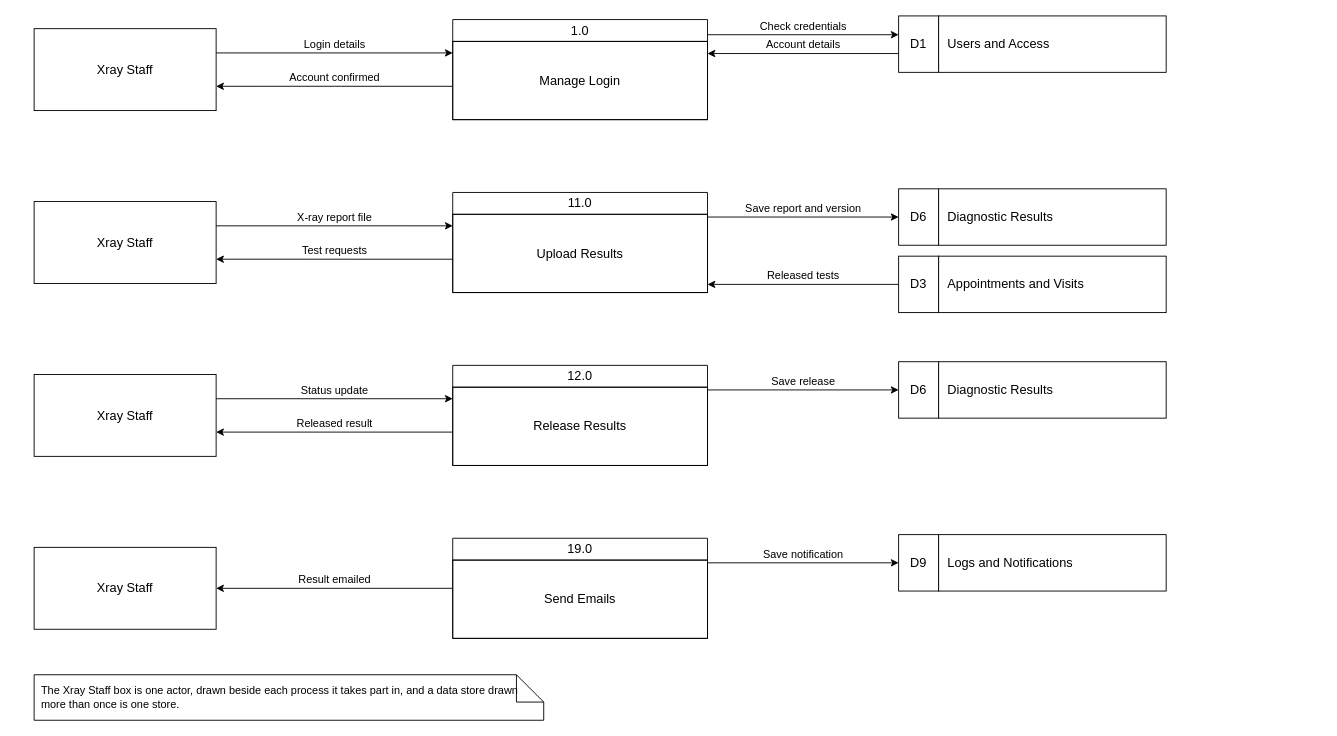
Above: page "Xray Staff" (7 of 8) of docs/diagrams/dfd-level1.drawio in steven23lz/Enlogada-Clinic-Management-System (draw.io), before the change. Source tidied: cells renumbered, new cells numbered last; positions are measured from the earlier drawing's top-left corner, leaving out a move shared by most shapes. Both pictures are drawn from the tidied source at 91%, with x=0, y=0 at pixel (34, 15).
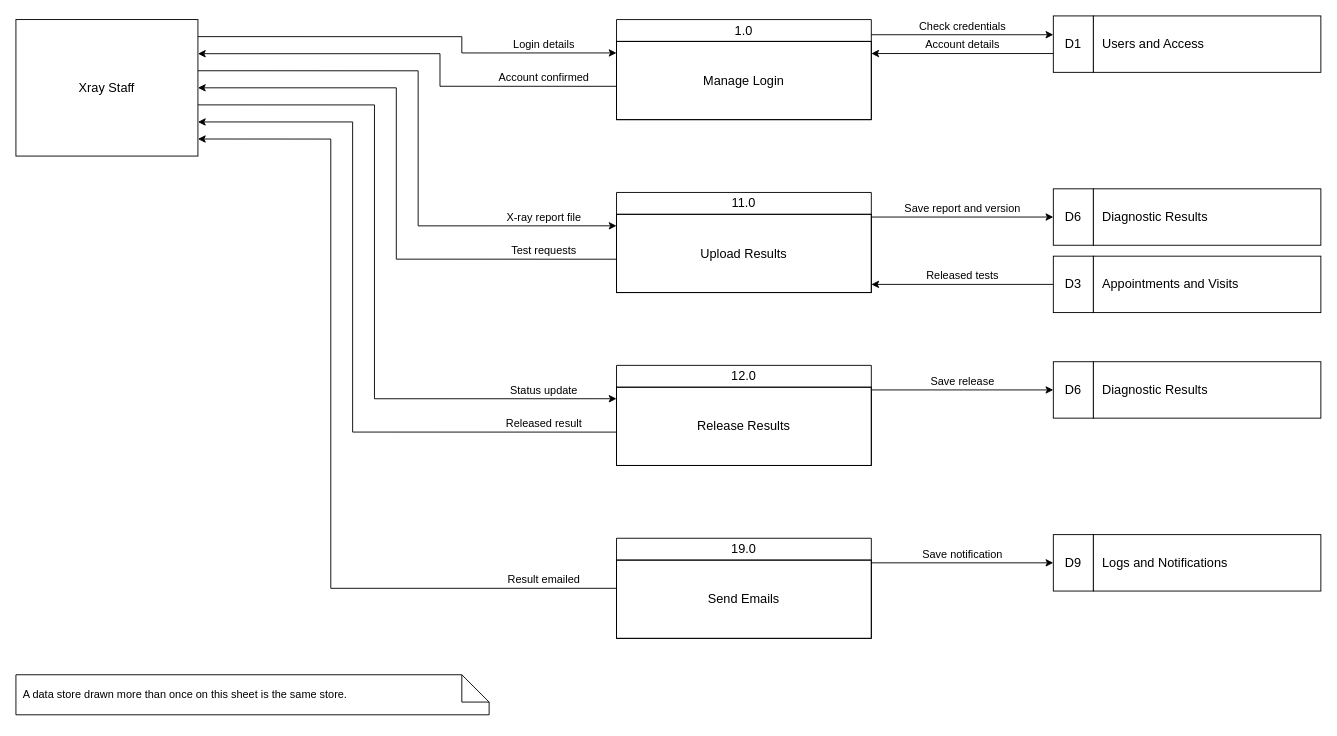
The same diagram, later.

Commit message (it also covers changes not shown here):
Level 1: one actor at the top left, a track per flow

Diff of the diagram source:
```diff
@@
     <mxCell id="2" value="Xray Staff" style="rounded=0;whiteSpace=wrap;html=1;fontFamily=Helvetica;fontSize=14;fontColor=#000000;strokeColor=#000000;" parent="1" vertex="1">
-      <mxGeometry y="14" width="200" height="90" as="geometry" />
+      <mxGeometry x="-20" y="4" width="200" height="150" as="geometry" />
     </mxCell>
     <mxCell id="3" value="1.0" style="swimlane;whiteSpace=wrap;html=1;startSize=24;horizontal=1;fontStyle=0;fontFamily=Helvetica;fontSize=14;fontColor=#000000;strokeColor=#000000;" parent="1" vertex="1">
-      <mxGeometry x="460" y="4" width="280" height="110" as="geometry" />
+      <mxGeometry x="640" y="4" width="280" height="110" as="geometry" />
     </mxCell>
@@
-    <mxCell id="5" value="Login details" style="edgeStyle=orthogonalEdgeStyle;rounded=0;html=1;verticalAlign=bottom;fontFamily=Helvetica;fontSize=12;fontColor=#000000;strokeColor=#000000;exitX=1;exitY=0.2963;exitDx=0;exitDy=0;entryX=0;entryY=0.3333;entryDx=0;entryDy=0;" parent="1" edge="1" source="2" target="3">
-      <mxGeometry relative="1" as="geometry" />
+    <mxCell id="5" value="Login details" style="edgeStyle=orthogonalEdgeStyle;rounded=0;html=1;verticalAlign=bottom;fontFamily=Helvetica;fontSize=12;fontColor=#000000;strokeColor=#000000;exitX=1;exitY=0.1250;exitDx=0;exitDy=0;entryX=0;entryY=0.3333;entryDx=0;entryDy=0;" parent="1" edge="1" source="2" target="3">
+      <mxGeometry x="1" relative="1" as="geometry">
+        <Array as="points">
+          <mxPoint x="470" y="22.8" />
+          <mxPoint x="470" y="40.7" />
+        </Array>
+        <mxPoint x="-80" as="offset" />
+      </mxGeometry>
     </mxCell>
-    <mxCell id="6" value="Account confirmed" style="edgeStyle=orthogonalEdgeStyle;rounded=0;html=1;verticalAlign=bottom;fontFamily=Helvetica;fontSize=12;fontColor=#000000;strokeColor=#000000;exitX=0;exitY=0.6667;exitDx=0;exitDy=0;entryX=1;entryY=0.7037;entryDx=0;entryDy=0;" parent="1" edge="1" source="3" target="2">
-      <mxGeometry relative="1" as="geometry" />
+    <mxCell id="6" value="Account confirmed" style="edgeStyle=orthogonalEdgeStyle;rounded=0;html=1;verticalAlign=bottom;fontFamily=Helvetica;fontSize=12;fontColor=#000000;strokeColor=#000000;exitX=0;exitY=0.6667;exitDx=0;exitDy=0;entryX=1;entryY=0.2500;entryDx=0;entryDy=0;" parent="1" edge="1" source="3" target="2">
+      <mxGeometry x="-1" relative="1" as="geometry">
+        <Array as="points">
+          <mxPoint x="446" y="77.3" />
+          <mxPoint x="446" y="41.5" />
+        </Array>
+        <mxPoint x="-80" as="offset" />
+      </mxGeometry>
     </mxCell>
     <mxCell id="7" value="D1" style="rounded=0;whiteSpace=wrap;html=1;align=center;fontFamily=Helvetica;fontSize=14;fontColor=#000000;strokeColor=#000000;" parent="1" vertex="1">
-      <mxGeometry x="950" width="44" height="62" as="geometry" />
+      <mxGeometry x="1120" width="44" height="62" as="geometry" />
     </mxCell>
     <mxCell id="8" value="Users and Access" style="rounded=0;whiteSpace=wrap;html=1;align=left;spacingLeft=8;fontFamily=Helvetica;fontSize=14;fontColor=#000000;strokeColor=#000000;" parent="1" vertex="1">
-      <mxGeometry x="994" width="250" height="62" as="geometry" />
+      <mxGeometry x="1164" width="250" height="62" as="geometry" />
     </mxCell>
@@
-    <mxCell id="11" value="Xray Staff" style="rounded=0;whiteSpace=wrap;html=1;fontFamily=Helvetica;fontSize=14;fontColor=#000000;strokeColor=#000000;" parent="1" vertex="1">
-      <mxGeometry y="204" width="200" height="90" as="geometry" />
+    <mxCell id="11" value="11.0" style="swimlane;whiteSpace=wrap;html=1;startSize=24;horizontal=1;fontStyle=0;fontFamily=Helvetica;fontSize=14;fontColor=#000000;strokeColor=#000000;" parent="1" vertex="1">
+      <mxGeometry x="640" y="194" width="280" height="110" as="geometry" />
     </mxCell>
-    <mxCell id="12" value="11.0" style="swimlane;whiteSpace=wrap;html=1;startSize=24;horizontal=1;fontStyle=0;fontFamily=Helvetica;fontSize=14;fontColor=#000000;strokeColor=#000000;" parent="1" vertex="1">
-      <mxGeometry x="460" y="194" width="280" height="110" as="geometry" />
+    <mxCell id="12" value="Upload Results" style="text;html=1;align=center;verticalAlign=middle;whiteSpace=wrap;fontFamily=Helvetica;fontSize=14;fontColor=#000000;strokeColor=#000000;" parent="11" vertex="1">
+      <mxGeometry y="24" width="280" height="86" as="geometry" />
     </mxCell>
-    <mxCell id="13" value="Upload Results" style="text;html=1;align=center;verticalAlign=middle;whiteSpace=wrap;fontFamily=Helvetica;fontSize=14;fontColor=#000000;strokeColor=#000000;" parent="12" vertex="1">
-      <mxGeometry y="24" width="280" height="86" as="geometry" />
-    </mxCell>
+    <mxCell id="38" value="X-ray report file" style="edgeStyle=orthogonalEdgeStyle;rounded=0;html=1;verticalAlign=bottom;fontFamily=Helvetica;fontSize=12;fontColor=#000000;strokeColor=#000000;exitX=1;exitY=0.3750;exitDx=0;exitDy=0;entryX=0;entryY=0.3333;entryDx=0;entryDy=0;" parent="1" edge="1" source="2" target="11">
+      <mxGeometry x="1" relative="1" as="geometry">
+        <Array as="points">
+          <mxPoint x="422" y="60.2" />
+          <mxPoint x="422" y="230.7" />
+        </Array>
+        <mxPoint x="-80" as="offset" />
+      </mxGeometry>
+    </mxCell>
-    <mxCell id="14" value="X-ray report file" style="edgeStyle=orthogonalEdgeStyle;rounded=0;html=1;verticalAlign=bottom;fontFamily=Helvetica;fontSize=12;fontColor=#000000;strokeColor=#000000;exitX=1;exitY=0.2963;exitDx=0;exitDy=0;entryX=0;entryY=0.3333;entryDx=0;entryDy=0;" parent="1" edge="1" source="11" target="12">
-      <mxGeometry relative="1" as="geometry" />
+    <mxCell id="14" value="Test requests" style="edgeStyle=orthogonalEdgeStyle;rounded=0;html=1;verticalAlign=bottom;fontFamily=Helvetica;fontSize=12;fontColor=#000000;strokeColor=#000000;exitX=0;exitY=0.6667;exitDx=0;exitDy=0;entryX=1;entryY=0.5000;entryDx=0;entryDy=0;" parent="1" edge="1" source="11" target="2">
+      <mxGeometry x="-1" relative="1" as="geometry">
+        <Array as="points">
+          <mxPoint x="398" y="267.3" />
+          <mxPoint x="398" y="79" />
+        </Array>
+        <mxPoint x="-80" as="offset" />
+      </mxGeometry>
     </mxCell>
-    <mxCell id="15" value="Test requests" style="edgeStyle=orthogonalEdgeStyle;rounded=0;html=1;verticalAlign=bottom;fontFamily=Helvetica;fontSize=12;fontColor=#000000;strokeColor=#000000;exitX=0;exitY=0.6667;exitDx=0;exitDy=0;entryX=1;entryY=0.7037;entryDx=0;entryDy=0;" parent="1" edge="1" source="12" target="11">
-      <mxGeometry relative="1" as="geometry" />
-    </mxCell>
+    <mxCell id="39" value="D6" style="rounded=0;whiteSpace=wrap;html=1;align=center;fontFamily=Helvetica;fontSize=14;fontColor=#000000;strokeColor=#000000;" parent="1" vertex="1">
+      <mxGeometry x="1120" y="190" width="44" height="62" as="geometry" />
+    </mxCell>
-    <mxCell id="16" value="D6" style="rounded=0;whiteSpace=wrap;html=1;align=center;fontFamily=Helvetica;fontSize=14;fontColor=#000000;strokeColor=#000000;" parent="1" vertex="1">
-      <mxGeometry x="950" y="190" width="44" height="62" as="geometry" />
+    <mxCell id="16" value="Diagnostic Results" style="rounded=0;whiteSpace=wrap;html=1;align=left;spacingLeft=8;fontFamily=Helvetica;fontSize=14;fontColor=#000000;strokeColor=#000000;" parent="1" vertex="1">
+      <mxGeometry x="1164" y="190" width="250" height="62" as="geometry" />
     </mxCell>
-    <mxCell id="17" value="Diagnostic Results" style="rounded=0;whiteSpace=wrap;html=1;align=left;spacingLeft=8;fontFamily=Helvetica;fontSize=14;fontColor=#000000;strokeColor=#000000;" parent="1" vertex="1">
-      <mxGeometry x="994" y="190" width="250" height="62" as="geometry" />
-    </mxCell>
-    <mxCell id="18" value="Save report and version" style="edgeStyle=orthogonalEdgeStyle;rounded=0;html=1;verticalAlign=bottom;fontFamily=Helvetica;fontSize=12;fontColor=#000000;strokeColor=#000000;exitX=1;exitY=0.2455;exitDx=0;exitDy=0;entryX=0;entryY=0.5000;entryDx=0;entryDy=0;" parent="1" edge="1" source="12" target="16">
+    <mxCell id="18" value="Save report and version" style="edgeStyle=orthogonalEdgeStyle;rounded=0;html=1;verticalAlign=bottom;fontFamily=Helvetica;fontSize=12;fontColor=#000000;strokeColor=#000000;exitX=1;exitY=0.2455;exitDx=0;exitDy=0;entryX=0;entryY=0.5000;entryDx=0;entryDy=0;" parent="1" edge="1" source="11" target="39">
       <mxGeometry relative="1" as="geometry" />
     </mxCell>
+    <mxCell id="40" value="D3" style="rounded=0;whiteSpace=wrap;html=1;align=center;fontFamily=Helvetica;fontSize=14;fontColor=#000000;strokeColor=#000000;" parent="1" vertex="1">
+      <mxGeometry x="1120" y="264" width="44" height="62" as="geometry" />
+    </mxCell>
-    <mxCell id="19" value="D3" style="rounded=0;whiteSpace=wrap;html=1;align=center;fontFamily=Helvetica;fontSize=14;fontColor=#000000;strokeColor=#000000;" parent="1" vertex="1">
-      <mxGeometry x="950" y="264" width="44" height="62" as="geometry" />
+    <mxCell id="19" value="Appointments and Visits" style="rounded=0;whiteSpace=wrap;html=1;align=left;spacingLeft=8;fontFamily=Helvetica;fontSize=14;fontColor=#000000;strokeColor=#000000;" parent="1" vertex="1">
+      <mxGeometry x="1164" y="264" width="250" height="62" as="geometry" />
     </mxCell>
-    <mxCell id="20" value="Appointments and Visits" style="rounded=0;whiteSpace=wrap;html=1;align=left;spacingLeft=8;fontFamily=Helvetica;fontSize=14;fontColor=#000000;strokeColor=#000000;" parent="1" vertex="1">
-      <mxGeometry x="994" y="264" width="250" height="62" as="geometry" />
-    </mxCell>
-    <mxCell id="21" value="Released tests" style="edgeStyle=orthogonalEdgeStyle;rounded=0;html=1;verticalAlign=bottom;fontFamily=Helvetica;fontSize=12;fontColor=#000000;strokeColor=#000000;exitX=0;exitY=0.5000;exitDx=0;exitDy=0;entryX=1;entryY=0.9182;entryDx=0;entryDy=0;" parent="1" edge="1" source="19" target="12">
+    <mxCell id="21" value="Released tests" style="edgeStyle=orthogonalEdgeStyle;rounded=0;html=1;verticalAlign=bottom;fontFamily=Helvetica;fontSize=12;fontColor=#000000;strokeColor=#000000;exitX=0;exitY=0.5000;exitDx=0;exitDy=0;entryX=1;entryY=0.9182;entryDx=0;entryDy=0;" parent="1" edge="1" source="40" target="11">
       <mxGeometry relative="1" as="geometry" />
     </mxCell>
+    <mxCell id="23" value="12.0" style="swimlane;whiteSpace=wrap;html=1;startSize=24;horizontal=1;fontStyle=0;fontFamily=Helvetica;fontSize=14;fontColor=#000000;strokeColor=#000000;" parent="1" vertex="1">
+      <mxGeometry x="640" y="384" width="280" height="110" as="geometry" />
+    </mxCell>
-    <mxCell id="22" value="Xray Staff" style="rounded=0;whiteSpace=wrap;html=1;fontFamily=Helvetica;fontSize=14;fontColor=#000000;strokeColor=#000000;" parent="1" vertex="1">
-      <mxGeometry y="394" width="200" height="90" as="geometry" />
+    <mxCell id="22" value="Release Results" style="text;html=1;align=center;verticalAlign=middle;whiteSpace=wrap;fontFamily=Helvetica;fontSize=14;fontColor=#000000;strokeColor=#000000;" parent="23" vertex="1">
+      <mxGeometry y="24" width="280" height="86" as="geometry" />
     </mxCell>
-    <mxCell id="23" value="12.0" style="swimlane;whiteSpace=wrap;html=1;startSize=24;horizontal=1;fontStyle=0;fontFamily=Helvetica;fontSize=14;fontColor=#000000;strokeColor=#000000;" parent="1" vertex="1">
-      <mxGeometry x="460" y="384" width="280" height="110" as="geometry" />
-    </mxCell>
-    <mxCell id="24" value="Release Results" style="text;html=1;align=center;verticalAlign=middle;whiteSpace=wrap;fontFamily=Helvetica;fontSize=14;fontColor=#000000;strokeColor=#000000;" parent="23" vertex="1">
-      <mxGeometry y="24" width="280" height="86" as="geometry" />
-    </mxCell>
-    <mxCell id="25" value="Status update" style="edgeStyle=orthogonalEdgeStyle;rounded=0;html=1;verticalAlign=bottom;fontFamily=Helvetica;fontSize=12;fontColor=#000000;strokeColor=#000000;exitX=1;exitY=0.2963;exitDx=0;exitDy=0;entryX=0;entryY=0.3333;entryDx=0;entryDy=0;" parent="1" edge="1" source="22" target="23">
-      <mxGeometry relative="1" as="geometry" />
+    <mxCell id="25" value="Status update" style="edgeStyle=orthogonalEdgeStyle;rounded=0;html=1;verticalAlign=bottom;fontFamily=Helvetica;fontSize=12;fontColor=#000000;strokeColor=#000000;exitX=1;exitY=0.6250;exitDx=0;exitDy=0;entryX=0;entryY=0.3333;entryDx=0;entryDy=0;" parent="1" edge="1" source="2" target="23">
+      <mxGeometry x="1" relative="1" as="geometry">
+        <Array as="points">
+          <mxPoint x="374" y="97.8" />
+          <mxPoint x="374" y="420.7" />
+        </Array>
+        <mxPoint x="-80" as="offset" />
+      </mxGeometry>
     </mxCell>
-    <mxCell id="26" value="Released result" style="edgeStyle=orthogonalEdgeStyle;rounded=0;html=1;verticalAlign=bottom;fontFamily=Helvetica;fontSize=12;fontColor=#000000;strokeColor=#000000;exitX=0;exitY=0.6667;exitDx=0;exitDy=0;entryX=1;entryY=0.7037;entryDx=0;entryDy=0;" parent="1" edge="1" source="23" target="22">
-      <mxGeometry relative="1" as="geometry" />
+    <mxCell id="26" value="Released result" style="edgeStyle=orthogonalEdgeStyle;rounded=0;html=1;verticalAlign=bottom;fontFamily=Helvetica;fontSize=12;fontColor=#000000;strokeColor=#000000;exitX=0;exitY=0.6667;exitDx=0;exitDy=0;entryX=1;entryY=0.7500;entryDx=0;entryDy=0;" parent="1" edge="1" source="23" target="2">
+      <mxGeometry x="-1" relative="1" as="geometry">
+        <Array as="points">
+          <mxPoint x="350" y="457.3" />
+          <mxPoint x="350" y="116.5" />
+        </Array>
+        <mxPoint x="-80" as="offset" />
+      </mxGeometry>
     </mxCell>
-    <mxCell id="27" value="D6" style="rounded=0;whiteSpace=wrap;html=1;align=center;fontFamily=Helvetica;fontSize=14;fontColor=#000000;strokeColor=#000000;" parent="1" vertex="1">
-      <mxGeometry x="950" y="380" width="44" height="62" as="geometry" />
-    </mxCell>
+    <mxCell id="41" value="D6" style="rounded=0;whiteSpace=wrap;html=1;align=center;fontFamily=Helvetica;fontSize=14;fontColor=#000000;strokeColor=#000000;" parent="1" vertex="1">
+      <mxGeometry x="1120" y="380" width="44" height="62" as="geometry" />
+    </mxCell>
+    <mxCell id="17" value="Diagnostic Results" style="rounded=0;whiteSpace=wrap;html=1;align=left;spacingLeft=8;fontFamily=Helvetica;fontSize=14;fontColor=#000000;strokeColor=#000000;" parent="1" vertex="1">
+      <mxGeometry x="1164" y="380" width="250" height="62" as="geometry" />
+    </mxCell>
+    <mxCell id="29" value="Save release" style="edgeStyle=orthogonalEdgeStyle;rounded=0;html=1;verticalAlign=bottom;fontFamily=Helvetica;fontSize=12;fontColor=#000000;strokeColor=#000000;exitX=1;exitY=0.2455;exitDx=0;exitDy=0;entryX=0;entryY=0.5000;entryDx=0;entryDy=0;" parent="1" edge="1" source="23" target="41">
+      <mxGeometry relative="1" as="geometry" />
+    </mxCell>
-    <mxCell id="28" value="Diagnostic Results" style="rounded=0;whiteSpace=wrap;html=1;align=left;spacingLeft=8;fontFamily=Helvetica;fontSize=14;fontColor=#000000;strokeColor=#000000;" parent="1" vertex="1">
-      <mxGeometry x="994" y="380" width="250" height="62" as="geometry" />
+    <mxCell id="28" value="19.0" style="swimlane;whiteSpace=wrap;html=1;startSize=24;horizontal=1;fontStyle=0;fontFamily=Helvetica;fontSize=14;fontColor=#000000;strokeColor=#000000;" parent="1" vertex="1">
+      <mxGeometry x="640" y="574" width="280" height="110" as="geometry" />
     </mxCell>
-    <mxCell id="29" value="Save release" style="edgeStyle=orthogonalEdgeStyle;rounded=0;html=1;verticalAlign=bottom;fontFamily=Helvetica;fontSize=12;fontColor=#000000;strokeColor=#000000;exitX=1;exitY=0.2455;exitDx=0;exitDy=0;entryX=0;entryY=0.5000;entryDx=0;entryDy=0;" parent="1" edge="1" source="23" target="27">
-      <mxGeometry relative="1" as="geometry" />
-    </mxCell>
-    <mxCell id="30" value="Xray Staff" style="rounded=0;whiteSpace=wrap;html=1;fontFamily=Helvetica;fontSize=14;fontColor=#000000;strokeColor=#000000;" parent="1" vertex="1">
-      <mxGeometry y="584" width="200" height="90" as="geometry" />
-    </mxCell>
+    <mxCell id="42" value="Send Emails" style="text;html=1;align=center;verticalAlign=middle;whiteSpace=wrap;fontFamily=Helvetica;fontSize=14;fontColor=#000000;strokeColor=#000000;" parent="28" vertex="1">
+      <mxGeometry y="24" width="280" height="86" as="geometry" />
+    </mxCell>
+    <mxCell id="43" value="Result emailed" style="edgeStyle=orthogonalEdgeStyle;rounded=0;html=1;verticalAlign=bottom;fontFamily=Helvetica;fontSize=12;fontColor=#000000;strokeColor=#000000;exitX=0;exitY=0.5000;exitDx=0;exitDy=0;entryX=1;entryY=0.8750;entryDx=0;entryDy=0;" parent="1" edge="1" source="28" target="2">
+      <mxGeometry x="-1" relative="1" as="geometry">
+        <Array as="points">
+          <mxPoint x="326" y="629" />
+          <mxPoint x="326" y="135.2" />
+        </Array>
+        <mxPoint x="-80" as="offset" />
+      </mxGeometry>
+    </mxCell>
-    <mxCell id="31" value="19.0" style="swimlane;whiteSpace=wrap;html=1;startSize=24;horizontal=1;fontStyle=0;fontFamily=Helvetica;fontSize=14;fontColor=#000000;strokeColor=#000000;" parent="1" vertex="1">
-      <mxGeometry x="460" y="574" width="280" height="110" as="geometry" />
+    <mxCell id="31" value="D9" style="rounded=0;whiteSpace=wrap;html=1;align=center;fontFamily=Helvetica;fontSize=14;fontColor=#000000;strokeColor=#000000;" parent="1" vertex="1">
+      <mxGeometry x="1120" y="570" width="44" height="62" as="geometry" />
     </mxCell>
-    <mxCell id="32" value="Send Emails" style="text;html=1;align=center;verticalAlign=middle;whiteSpace=wrap;fontFamily=Helvetica;fontSize=14;fontColor=#000000;strokeColor=#000000;" parent="31" vertex="1">
-      <mxGeometry y="24" width="280" height="86" as="geometry" />
+    <mxCell id="32" value="Logs and Notifications" style="rounded=0;whiteSpace=wrap;html=1;align=left;spacingLeft=8;fontFamily=Helvetica;fontSize=14;fontColor=#000000;strokeColor=#000000;" parent="1" vertex="1">
+      <mxGeometry x="1164" y="570" width="250" height="62" as="geometry" />
     </mxCell>
-    <mxCell id="33" value="Result emailed" style="edgeStyle=orthogonalEdgeStyle;rounded=0;html=1;verticalAlign=bottom;fontFamily=Helvetica;fontSize=12;fontColor=#000000;strokeColor=#000000;exitX=0;exitY=0.5000;exitDx=0;exitDy=0;entryX=1;entryY=0.5000;entryDx=0;entryDy=0;" parent="1" edge="1" source="31" target="30">
+    <mxCell id="33" value="Save notification" style="edgeStyle=orthogonalEdgeStyle;rounded=0;html=1;verticalAlign=bottom;fontFamily=Helvetica;fontSize=12;fontColor=#000000;strokeColor=#000000;exitX=1;exitY=0.2455;exitDx=0;exitDy=0;entryX=0;entryY=0.5000;entryDx=0;entryDy=0;" parent="1" edge="1" source="28" target="31">
       <mxGeometry relative="1" as="geometry" />
     </mxCell>
-    <mxCell id="34" value="D9" style="rounded=0;whiteSpace=wrap;html=1;align=center;fontFamily=Helvetica;fontSize=14;fontColor=#000000;strokeColor=#000000;" parent="1" vertex="1">
-      <mxGeometry x="950" y="570" width="44" height="62" as="geometry" />
+    <mxCell id="34" value="A data store drawn more than once on this sheet is the same store." style="shape=note;whiteSpace=wrap;html=1;backgroundOutline=1;fillColor=none;strokeColor=#000000;align=left;spacingLeft=6;fontFamily=Helvetica;fontSize=12;fontColor=#000000;strokeColor=#000000;" parent="1" vertex="1">
+      <mxGeometry x="-20" y="724" width="520" height="44" as="geometry" />
     </mxCell>
-    <mxCell id="35" value="Logs and Notifications" style="rounded=0;whiteSpace=wrap;html=1;align=left;spacingLeft=8;fontFamily=Helvetica;fontSize=14;fontColor=#000000;strokeColor=#000000;" parent="1" vertex="1">
-      <mxGeometry x="994" y="570" width="250" height="62" as="geometry" />
-    </mxCell>
-    <mxCell id="36" value="Save notification" style="edgeStyle=orthogonalEdgeStyle;rounded=0;html=1;verticalAlign=bottom;fontFamily=Helvetica;fontSize=12;fontColor=#000000;strokeColor=#000000;exitX=1;exitY=0.2455;exitDx=0;exitDy=0;entryX=0;entryY=0.5000;entryDx=0;entryDy=0;" parent="1" edge="1" source="31" target="34">
-      <mxGeometry relative="1" as="geometry" />
-    </mxCell>
-    <mxCell id="37" value="The Xray Staff box is one actor, drawn beside each process it takes part in, and a data store drawn more than once is one store." style="shape=note;whiteSpace=wrap;html=1;backgroundOutline=1;fillColor=none;strokeColor=#000000;align=left;spacingLeft=6;fontFamily=Helvetica;fontSize=12;fontColor=#000000;strokeColor=#000000;" parent="1" vertex="1">
-      <mxGeometry y="724" width="560" height="50" as="geometry" />
-    </mxCell>
```
